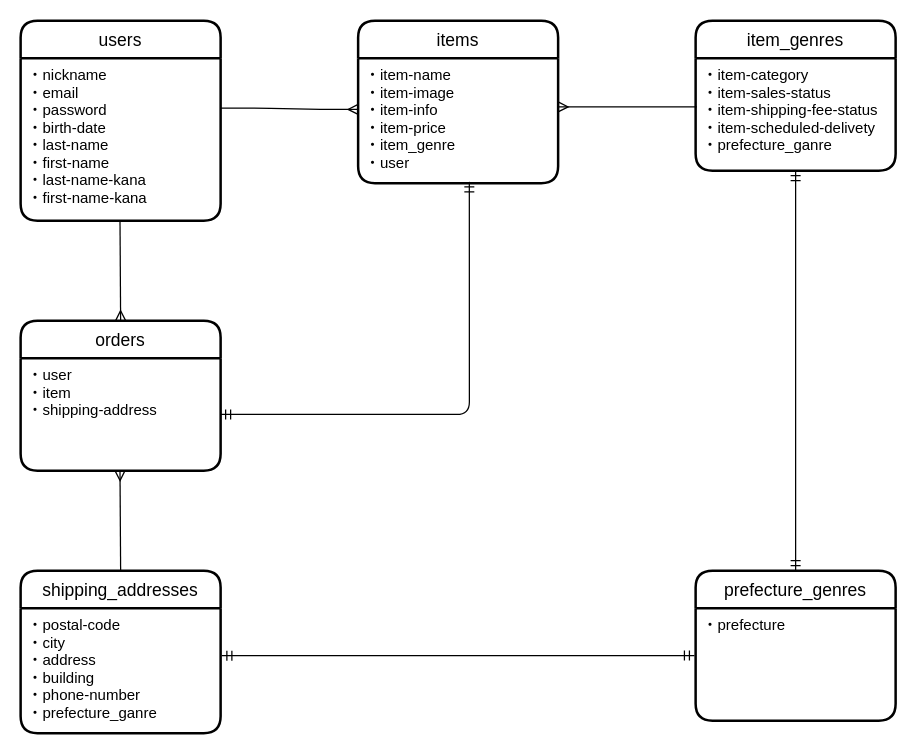
The draw.io diagram ER.dio in kuma-24/furima-33465, before the edit. Source tidied: cells renumbered, new cells numbered last; positions are measured from the earlier drawing's top-left corner, leaving out a move shared by most shapes. Both pictures are drawn from the tidied source at 125%, with x=0, y=0 at pixel (20, 20).
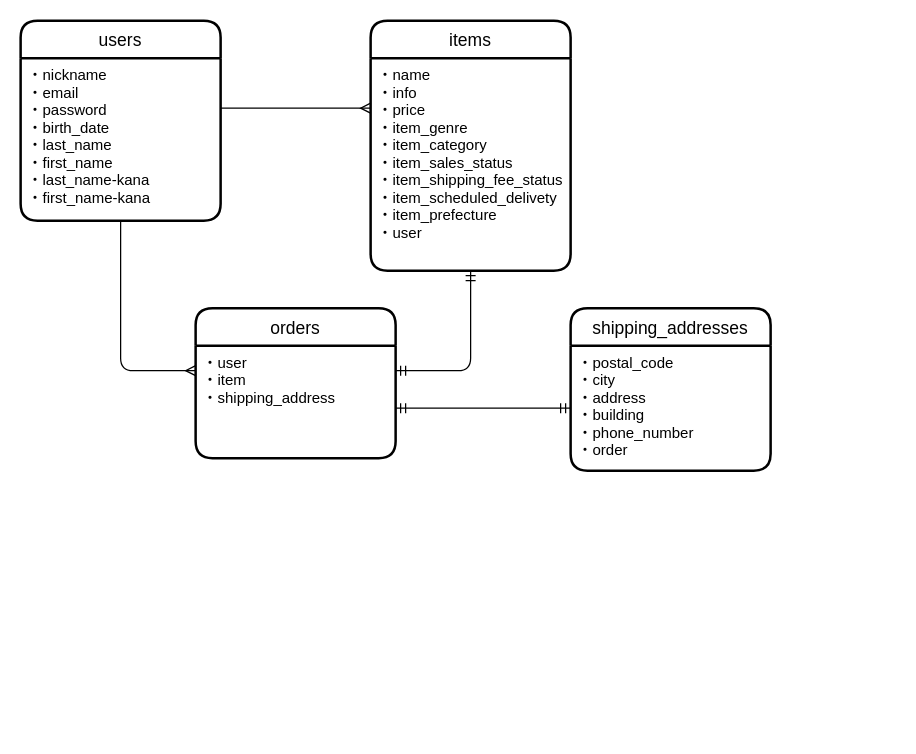
After the change.

Commit message (it also covers changes not shown here):
データベース(修正)

The change refers to these unchanged cells:
```xml
<mxCell id="2" value="users" style="swimlane;horizontal=1;startSize=30;rounded=1;fontSize=14;fontStyle=0;strokeWidth=2;shadow=0;dashed=0;align=center;" parent="1" vertex="1">
  <mxGeometry width="160" height="160" as="geometry" />
</mxCell>
```

Change to the diagram source:
```diff
@@
-    <mxCell id="3" value="・nickname&#10;・email&#10;・password&#10;・birth-date&#10;・last-name&#10;・first-name&#10;・last-name-kana&#10;・first-name-kana" style="align=left;strokeColor=none;fillColor=none;spacingLeft=4;fontSize=12;verticalAlign=top;" parent="2" vertex="1">
+    <mxCell id="3" value="・nickname&#10;・email&#10;・password&#10;・birth_date&#10;・last_name&#10;・first_name&#10;・last_name-kana&#10;・first_name-kana" style="align=left;strokeColor=none;fillColor=none;spacingLeft=4;fontSize=12;verticalAlign=top;" parent="2" vertex="1">
       <mxGeometry y="30" width="160" height="130" as="geometry" />
     </mxCell>
     <mxCell id="4" value="items" style="swimlane;horizontal=1;startSize=30;rounded=1;fontSize=14;fontStyle=0;strokeWidth=2;shadow=0;dashed=0;align=center;" parent="1" vertex="1">
-      <mxGeometry x="270" width="160" height="130" as="geometry" />
+      <mxGeometry x="280" width="160" height="200" as="geometry" />
     </mxCell>
-    <mxCell id="5" value="・item-name&#10;・item-image&#10;・item-info&#10;・item-price&#10;・item_genre&#10;・user" style="align=left;strokeColor=none;fillColor=none;spacingLeft=4;fontSize=12;verticalAlign=top;" parent="4" vertex="1">
-      <mxGeometry y="30" width="160" height="100" as="geometry" />
+    <mxCell id="5" value="・name&#10;・info&#10;・price&#10;・item_genre&#10;・item_category&#10;・item_sales_status&#10;・item_shipping_fee_status&#10;・item_scheduled_delivety&#10;・item_prefecture&#10;・user&#10;" style="align=left;strokeColor=none;fillColor=none;spacingLeft=4;fontSize=12;verticalAlign=top;" parent="4" vertex="1">
+      <mxGeometry y="30" width="160" height="170" as="geometry" />
     </mxCell>
-    <mxCell id="6" value="item_genres" style="swimlane;horizontal=1;startSize=30;rounded=1;fontSize=14;fontStyle=0;strokeWidth=2;shadow=0;dashed=0;align=center;" parent="1" vertex="1">
-      <mxGeometry x="540" width="160" height="120" as="geometry" />
-    </mxCell>
-    <mxCell id="7" value="・item-category&#10;・item-sales-status&#10;・item-shipping-fee-status&#10;・item-scheduled-delivety&#10;・prefecture_ganre" style="align=left;strokeColor=none;fillColor=none;spacingLeft=4;fontSize=12;verticalAlign=top;" parent="6" vertex="1">
-      <mxGeometry y="30" width="160" height="90" as="geometry" />
-    </mxCell>
-    <mxCell id="8" value="prefecture_genres" style="swimlane;horizontal=1;startSize=30;rounded=1;fontSize=14;fontStyle=0;strokeWidth=2;shadow=0;dashed=0;align=center;" parent="1" vertex="1">
-      <mxGeometry x="540" y="440" width="160" height="120" as="geometry" />
-    </mxCell>
-    <mxCell id="9" value="・prefecture" style="align=left;strokeColor=none;fillColor=none;spacingLeft=4;fontSize=12;verticalAlign=top;" parent="8" vertex="1">
-      <mxGeometry y="30" width="160" height="90" as="geometry" />
-    </mxCell>
     <mxCell id="10" value="orders" style="swimlane;horizontal=1;startSize=30;rounded=1;fontSize=14;fontStyle=0;strokeWidth=2;shadow=0;dashed=0;align=center;" parent="1" vertex="1">
-      <mxGeometry y="240" width="160" height="120" as="geometry" />
+      <mxGeometry x="140" y="230" width="160" height="120" as="geometry" />
     </mxCell>
-    <mxCell id="11" value="・user&#10;・item&#10;・shipping-address&#10;" style="align=left;strokeColor=none;fillColor=none;spacingLeft=4;fontSize=12;verticalAlign=top;" parent="10" vertex="1">
+    <mxCell id="11" value="・user&#10;・item&#10;・shipping_address&#10;" style="align=left;strokeColor=none;fillColor=none;spacingLeft=4;fontSize=12;verticalAlign=top;" parent="10" vertex="1">
       <mxGeometry y="30" width="160" height="90" as="geometry" />
     </mxCell>
     <mxCell id="12" value="shipping_addresses" style="swimlane;horizontal=1;startSize=30;rounded=1;fontSize=14;fontStyle=0;strokeWidth=2;shadow=0;dashed=0;align=center;" parent="1" vertex="1">
-      <mxGeometry y="440" width="160" height="130" as="geometry" />
+      <mxGeometry x="440" y="230" width="160" height="130" as="geometry" />
     </mxCell>
-    <mxCell id="13" value="・postal-code&#10;・city&#10;・address&#10;・building&#10;・phone-number&#10;・prefecture_ganre" style="align=left;strokeColor=none;fillColor=none;spacingLeft=4;fontSize=12;verticalAlign=top;" parent="12" vertex="1">
+    <mxCell id="13" value="・postal_code&#10;・city&#10;・address&#10;・building&#10;・phone_number&#10;・order" style="align=left;strokeColor=none;fillColor=none;spacingLeft=4;fontSize=12;verticalAlign=top;" parent="12" vertex="1">
       <mxGeometry y="30" width="160" height="100" as="geometry" />
     </mxCell>
-    <mxCell id="14" style="edgeStyle=entityRelationEdgeStyle;fontSize=12;html=1;endArrow=ERmany;" parent="1" edge="1">
-      <mxGeometry relative="1" as="geometry">
-        <mxPoint x="160" y="70" as="sourcePoint" />
-        <mxPoint x="270" y="71" as="targetPoint" />
-      </mxGeometry>
-    </mxCell>
+    <mxCell id="21" style="fontSize=12;html=1;endArrow=ERmany;" parent="1" edge="1">
+      <mxGeometry relative="1" as="geometry">
+        <mxPoint x="160" y="70" as="sourcePoint" />
+        <mxPoint x="280" y="70" as="targetPoint" />
+        <Array as="points">
+          <mxPoint x="200" y="70" />
+          <mxPoint x="240" y="70" />
+        </Array>
+      </mxGeometry>
+    </mxCell>
+    <mxCell id="22" style="edgeStyle=orthogonalEdgeStyle;fontSize=12;html=1;endArrow=ERmandOne;startArrow=ERmandOne;" parent="1" edge="1">
+      <mxGeometry relative="1" as="geometry">
+        <mxPoint x="300" y="280" as="sourcePoint" />
+        <mxPoint x="360" y="200" as="targetPoint" />
+        <Array as="points">
+          <mxPoint x="360" y="280" />
+        </Array>
+      </mxGeometry>
+    </mxCell>
-    <mxCell id="15" style="fontSize=12;html=1;endArrow=ERmany;entryX=0.5;entryY=0;entryDx=0;entryDy=0;" parent="1" edge="1" target="10">
+    <mxCell id="15" style="edgeStyle=orthogonalEdgeStyle;fontSize=12;html=1;endArrow=ERmany;exitX=0.5;exitY=1;exitDx=0;exitDy=0;" parent="1" edge="1" source="3">
       <mxGeometry relative="1" as="geometry">
-        <mxPoint x="79.5" y="160" as="sourcePoint" />
+        <mxPoint x="140" y="280" as="targetPoint" />
+        <Array as="points">
+          <mxPoint x="80" y="280" />
+        </Array>
       </mxGeometry>
     </mxCell>
-    <mxCell id="16" style="fontSize=12;html=1;endArrow=ERmany;" parent="1" edge="1">
+    <mxCell id="16" style="fontSize=12;html=1;endArrow=ERmandOne;startArrow=ERmandOne;entryX=0;entryY=0.5;entryDx=0;entryDy=0;" parent="1" edge="1" target="13">
       <mxGeometry relative="1" as="geometry">
-        <mxPoint x="80" y="440" as="sourcePoint" />
-        <mxPoint x="79.5" y="360" as="targetPoint" />
+        <mxPoint x="300" y="310" as="sourcePoint" />
       </mxGeometry>
     </mxCell>
-    <mxCell id="17" style="edgeStyle=orthogonalEdgeStyle;fontSize=12;html=1;endArrow=ERmandOne;startArrow=ERmandOne;exitX=1;exitY=0.5;exitDx=0;exitDy=0;entryX=0.556;entryY=0.99;entryDx=0;entryDy=0;entryPerimeter=0;" parent="1" edge="1" source="11" target="5">
-      <mxGeometry relative="1" as="geometry" />
-    </mxCell>
-    <mxCell id="18" style="fontSize=12;html=1;endArrow=ERmandOne;startArrow=ERmandOne;entryX=-0.006;entryY=0.422;entryDx=0;entryDy=0;entryPerimeter=0;" parent="1" edge="1" target="9">
-      <mxGeometry relative="1" as="geometry">
-        <mxPoint x="161" y="508" as="sourcePoint" />
-      </mxGeometry>
-    </mxCell>
-    <mxCell id="19" style="fontSize=12;html=1;endArrow=ERmandOne;startArrow=ERmandOne;exitX=0.5;exitY=0;exitDx=0;exitDy=0;entryX=0.5;entryY=1;entryDx=0;entryDy=0;" parent="1" edge="1" source="8" target="7">
-      <mxGeometry relative="1" as="geometry" />
-    </mxCell>
-    <mxCell id="20" style="fontSize=12;html=1;endArrow=ERmany;exitX=0.006;exitY=0.433;exitDx=0;exitDy=0;exitPerimeter=0;" parent="1" edge="1" source="7">
-      <mxGeometry relative="1" as="geometry">
-        <mxPoint x="430" y="69" as="targetPoint" />
-      </mxGeometry>
-    </mxCell>
```
